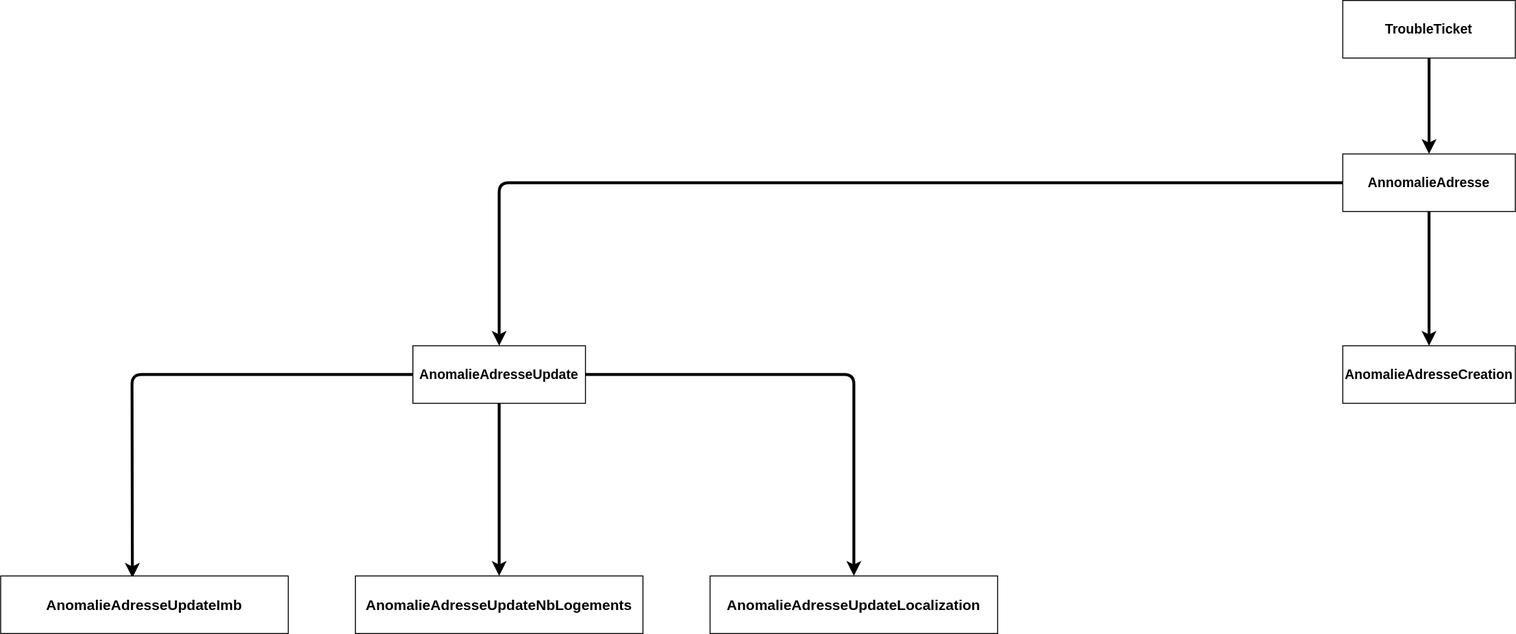
Above: type.drawio.svg in before-interop/anomalieAdresse (draw.io), before the change. Source tidied: cells renumbered, new cells last; positions are measured from the earlier drawing's top-left corner, leaving out a move shared by most shapes.
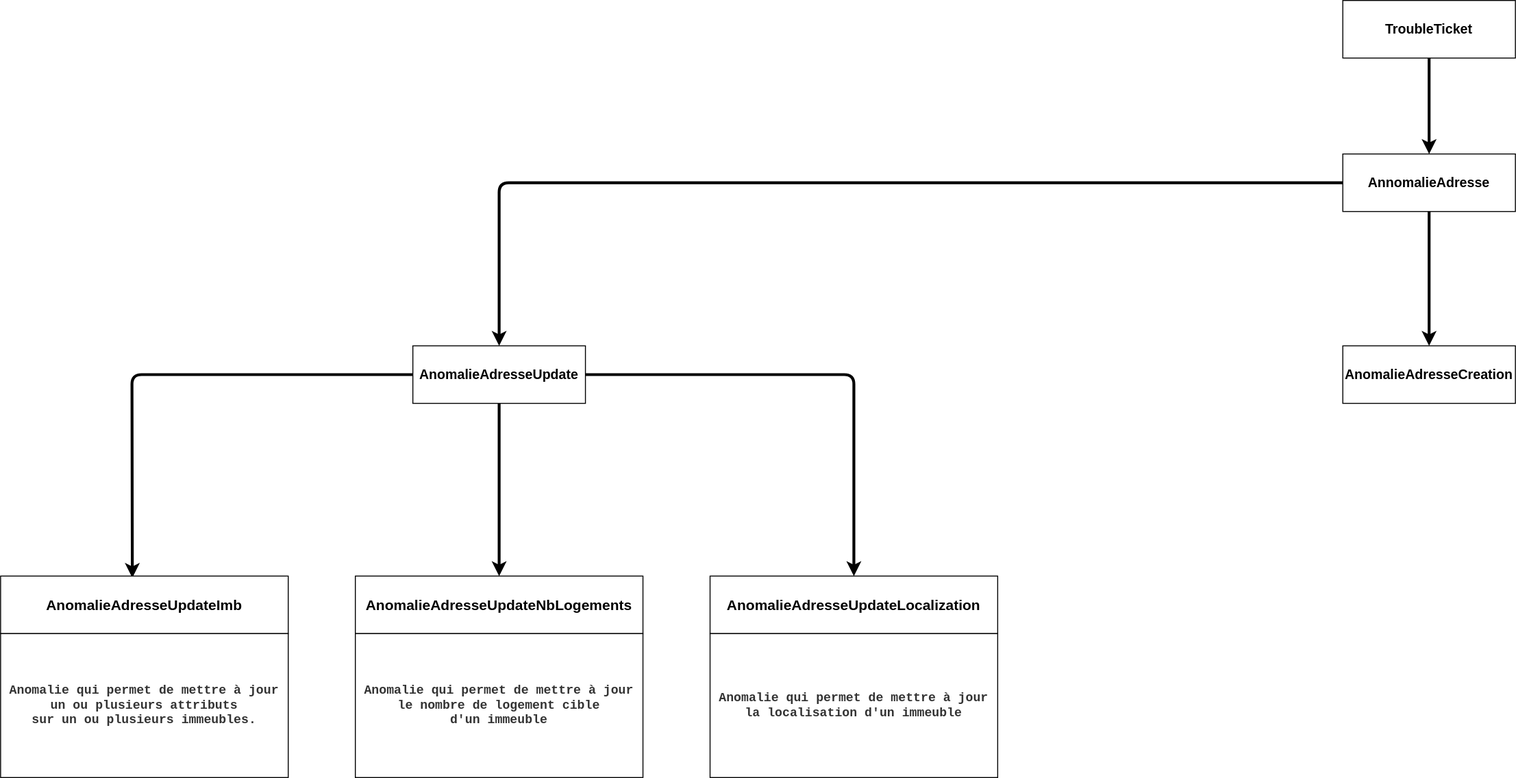
The same file after the commit.

The edit, as a diff of the source:
```diff
@@ -53,5 +53,14 @@
     <mxCell id="14" value="AnomalieAdresseCreation" style="rounded=0;whiteSpace=wrap;html=1;fontStyle=1;fontSize=14;" parent="1" vertex="1">
       <mxGeometry x="1400" y="360" width="180" height="60" as="geometry" />
     </mxCell>
+    <mxCell id="15" value="&lt;div style=&quot;font-size: 13px;&quot;&gt;Anomalie qui permet de mettre à jour&lt;/div&gt;&lt;div style=&quot;font-size: 13px;&quot;&gt;un ou plusieurs attributs&lt;/div&gt;&lt;div style=&quot;font-size: 13px;&quot;&gt;sur un ou plusieurs immeubles.&lt;/div&gt;" style="rounded=0;whiteSpace=wrap;html=1;fontFamily=Courier New;fontColor=#333333;fontSize=13;fontStyle=1;" parent="1" vertex="1">
+      <mxGeometry y="660" width="300" height="150" as="geometry" />
+    </mxCell>
+    <mxCell id="16" value="&lt;div style=&quot;font-size: 13px;&quot;&gt;Anomalie qui permet de mettre à jour&lt;/div&gt;&lt;div style=&quot;font-size: 13px;&quot;&gt;le nombre de logement cible&lt;/div&gt;&lt;div style=&quot;font-size: 13px;&quot;&gt;d'un immeuble&lt;/div&gt;" style="rounded=0;whiteSpace=wrap;html=1;fontFamily=Courier New;fontColor=#333333;fontSize=13;fontStyle=1;" parent="1" vertex="1">
+      <mxGeometry x="370" y="660" width="300" height="150" as="geometry" />
+    </mxCell>
+    <mxCell id="17" value="&lt;div style=&quot;font-size: 13px;&quot;&gt;Anomalie qui permet de mettre à jour&lt;/div&gt;&lt;div style=&quot;font-size: 13px;&quot;&gt;la localisation d'un immeuble&lt;/div&gt;" style="rounded=0;whiteSpace=wrap;html=1;fontFamily=Courier New;fontColor=#333333;fontSize=13;fontStyle=1;" parent="1" vertex="1">
+      <mxGeometry x="740" y="660" width="300" height="150" as="geometry" />
+    </mxCell>
   </root>
 </mxGraphModel>
```
